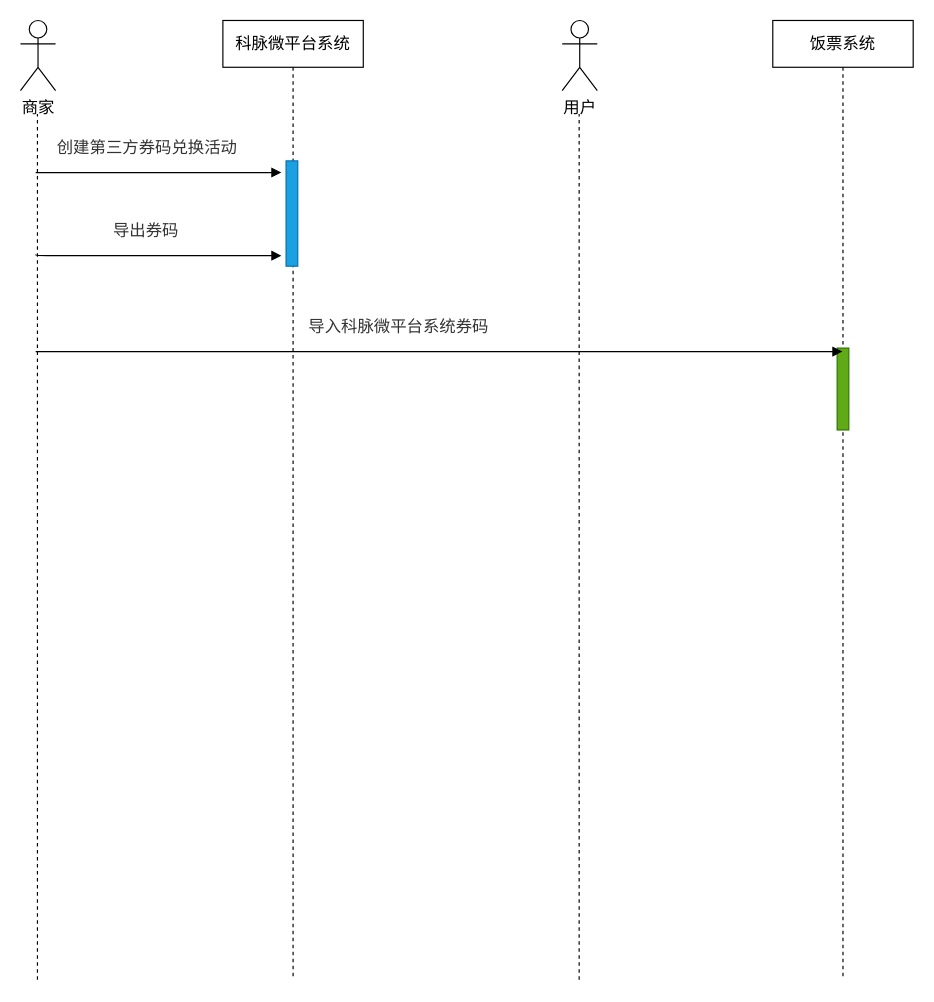
Above: Kemai/联通对接面点王卡券流程图.drawio in noobwu/diagrams (draw.io), before the change. Source tidied: cells renumbered, new cells numbered last; positions are measured from the earlier drawing's top-left corner, leaving out a move shared by most shapes. Both pictures are drawn from the tidied source at 117%, with x=0, y=0 at pixel (20, 20).
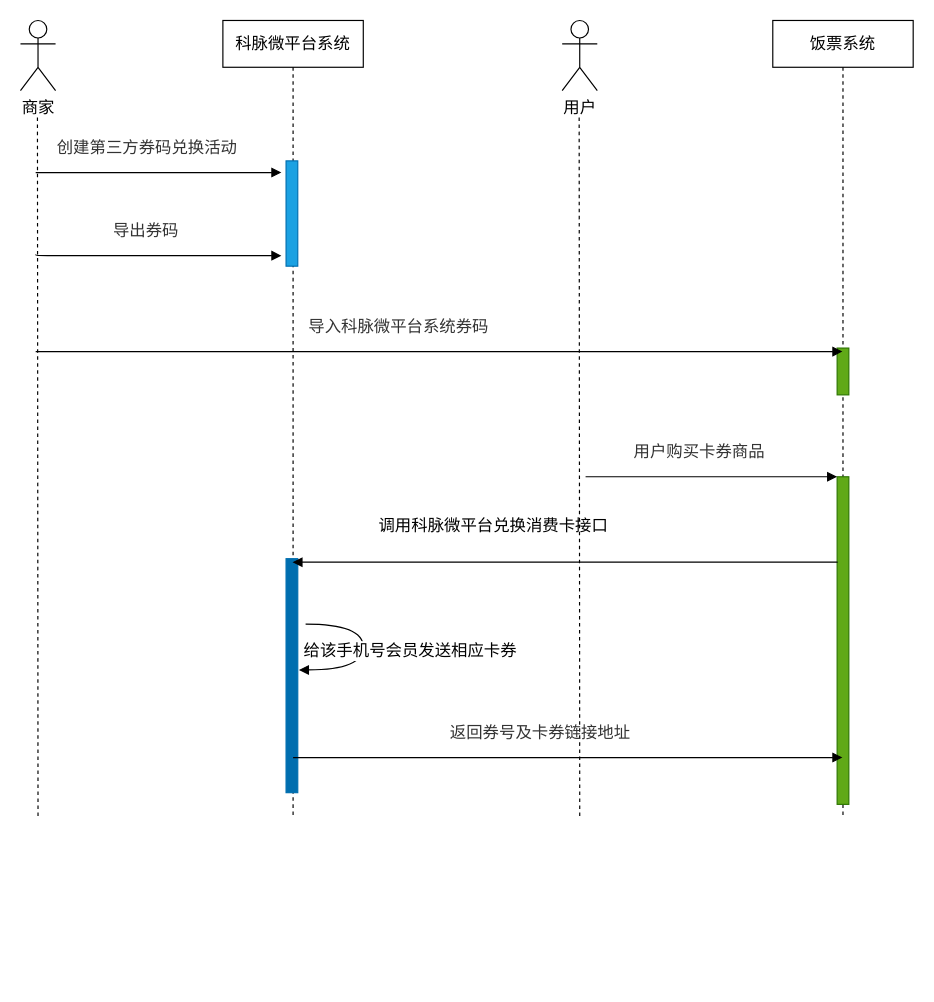
After the change.

Commit message:
更新联通对接面点王卡券流程图.drawio

Diff of the diagram source:
```diff
@@
     <mxCell id="3" value="饭票系统" style="shape=umlLifeline;perimeter=lifelinePerimeter;whiteSpace=wrap;html=1;outlineConnect=0;fontSize=14;" parent="1" vertex="1">
-      <mxGeometry x="643" width="120" height="820" as="geometry" />
+      <mxGeometry x="643" width="120" height="680" as="geometry" />
     </mxCell>
     <mxCell id="4" style="html=1;perimeter=orthogonalPerimeter;fillColor=#60a917;strokeColor=#2D7600;fontColor=#ffffff;" parent="3" vertex="1">
-      <mxGeometry x="55" y="280" width="10" height="70" as="geometry" />
+      <mxGeometry x="55" y="280" width="10" height="40" as="geometry" />
     </mxCell>
+    <mxCell id="13" style="html=1;points=[];perimeter=orthogonalPerimeter;fillColor=#60a917;strokeColor=#2D7600;fontColor=#ffffff;" parent="3" vertex="1">
+      <mxGeometry x="55" y="390" width="10" height="280" as="geometry" />
+    </mxCell>
     <mxCell id="5" value="&lt;font style=&quot;font-size: 14px&quot;&gt;科脉微平台系统&lt;/font&gt;" style="shape=umlLifeline;perimeter=lifelinePerimeter;whiteSpace=wrap;html=1;" parent="1" vertex="1">
-      <mxGeometry x="173" width="120" height="820" as="geometry" />
+      <mxGeometry x="173" width="120" height="680" as="geometry" />
     </mxCell>
@@
+    <mxCell id="14" style="html=1;perimeter=orthogonalPerimeter;rounded=0;shadow=0;comic=0;labelBackgroundColor=none;strokeColor=#006EAF;strokeWidth=1;fontFamily=Verdana;fontSize=12;fontColor=#ffffff;align=center;fillColor=#006EAF;" parent="5" vertex="1">
+      <mxGeometry x="54" y="460" width="10" height="200" as="geometry" />
+    </mxCell>
+    <mxCell id="15" value="&lt;span style=&quot;font-size: 14px&quot;&gt;给该手机号会员发送相应卡券&lt;/span&gt;" style="html=1;verticalAlign=bottom;endArrow=block;labelBackgroundColor=#ffffff;fontFamily=Verdana;fontSize=12;elbow=vertical;edgeStyle=orthogonalEdgeStyle;curved=1;exitX=1.066;exitY=0.713;exitPerimeter=0;" parent="5" edge="1">
+      <mxGeometry x="0.16" y="40" relative="1" as="geometry">
+        <mxPoint x="70.7" y="516" as="sourcePoint" />
+        <mxPoint x="65" y="555.1" as="targetPoint" />
+        <Array as="points">
+          <mxPoint x="120" y="516.1" />
+          <mxPoint x="120" y="555.1" />
+        </Array>
+      </mxGeometry>
+    </mxCell>
     <mxCell id="7" style="endArrow=none;dashed=1;html=1;" parent="1" edge="1">
       <mxGeometry relative="1" as="geometry">
-        <mxPoint x="14.5" y="820" as="sourcePoint" />
+        <mxPoint x="15" y="680" as="sourcePoint" />
         <mxPoint x="14.5" y="80" as="targetPoint" />
       </mxGeometry>
     </mxCell>
-    <mxCell id="8" value="&lt;div style=&quot;text-align: left&quot;&gt;&lt;span style=&quot;font-size: 14px&quot;&gt;&lt;font color=&quot;#333333&quot;&gt;导入科脉微平台系统券码&lt;/font&gt;&lt;/span&gt;&lt;/div&gt;" style="html=1;verticalAlign=bottom;endArrow=block;labelBackgroundColor=none;fontFamily=Verdana;fontSize=12;edgeStyle=elbowEdgeStyle;elbow=vertical;" parent="1" edge="1">
+    <mxCell id="8" value="&lt;div style=&quot;text-align: left; font-size: 14px;&quot;&gt;&lt;span style=&quot;font-size: 14px&quot;&gt;&lt;font color=&quot;#333333&quot; style=&quot;font-size: 14px;&quot;&gt;导入科脉微平台系统券码&lt;/font&gt;&lt;/span&gt;&lt;/div&gt;" style="html=1;verticalAlign=bottom;endArrow=block;labelBackgroundColor=none;fontFamily=Verdana;fontSize=14;edgeStyle=elbowEdgeStyle;elbow=vertical;" parent="1" edge="1">
       <mxGeometry x="-0.1" y="10" relative="1" as="geometry">
         <mxPoint x="13" y="283" as="sourcePoint" />
         <mxPoint x="702.5" y="283" as="targetPoint" />
       </mxGeometry>
     </mxCell>
-    <mxCell id="9" value="&lt;div style=&quot;text-align: left&quot;&gt;&lt;span style=&quot;font-size: 14px&quot;&gt;&lt;font color=&quot;#333333&quot;&gt;导出券码&lt;/font&gt;&lt;/span&gt;&lt;/div&gt;" style="html=1;verticalAlign=bottom;endArrow=block;labelBackgroundColor=none;fontFamily=Verdana;fontSize=12;edgeStyle=elbowEdgeStyle;elbow=vertical;" parent="1" edge="1">
+    <mxCell id="9" value="&lt;div style=&quot;text-align: left; font-size: 14px;&quot;&gt;&lt;span style=&quot;font-size: 14px&quot;&gt;&lt;font color=&quot;#333333&quot; style=&quot;font-size: 14px;&quot;&gt;导出券码&lt;/font&gt;&lt;/span&gt;&lt;/div&gt;" style="html=1;verticalAlign=bottom;endArrow=block;labelBackgroundColor=none;fontFamily=Verdana;fontSize=14;edgeStyle=elbowEdgeStyle;elbow=vertical;" parent="1" edge="1">
       <mxGeometry x="-0.1" y="10" relative="1" as="geometry">
         <mxPoint x="13" y="200" as="sourcePoint" />
         <mxPoint x="223" y="201" as="targetPoint" />
       </mxGeometry>
     </mxCell>
@@
     <mxCell id="12" style="endArrow=none;dashed=1;html=1;" parent="1" edge="1">
       <mxGeometry relative="1" as="geometry">
-        <mxPoint x="477.5" y="820" as="sourcePoint" />
+        <mxPoint x="478" y="680" as="sourcePoint" />
         <mxPoint x="477.5" y="80" as="targetPoint" />
       </mxGeometry>
     </mxCell>
+    <mxCell id="16" value="&lt;div style=&quot;text-align: left; font-size: 14px;&quot;&gt;&lt;font color=&quot;#333333&quot; style=&quot;font-size: 14px;&quot;&gt;&lt;span style=&quot;font-size: 14px&quot;&gt;用户购买卡券商品&lt;/span&gt;&lt;/font&gt;&lt;/div&gt;" style="html=1;verticalAlign=bottom;endArrow=block;labelBackgroundColor=none;fontFamily=Verdana;fontSize=14;edgeStyle=elbowEdgeStyle;elbow=vertical;" parent="1" edge="1" target="13">
+      <mxGeometry x="-0.1" y="10" relative="1" as="geometry">
+        <mxPoint x="483" y="390" as="sourcePoint" />
+      </mxGeometry>
+    </mxCell>
+    <mxCell id="17" value="&lt;div style=&quot;text-align: left; font-size: 14px;&quot;&gt;&lt;span style=&quot;font-size: 14px; font-family: 微软雅黑, sans-serif;&quot;&gt;调用科脉微平台兑换消费卡接口&lt;/span&gt;&lt;br style=&quot;font-size: 14px;&quot;&gt;&lt;/div&gt;" style="html=1;verticalAlign=bottom;endArrow=block;labelBackgroundColor=none;fontFamily=Verdana;fontSize=14;edgeStyle=elbowEdgeStyle;elbow=vertical;" parent="1" edge="1">
+      <mxGeometry x="0.47" y="-20" relative="1" as="geometry">
+        <mxPoint x="528" y="463" as="sourcePoint" />
+        <mxPoint x="232.5" y="463" as="targetPoint" />
+        <Array as="points">
+          <mxPoint x="703" y="463" />
+        </Array>
+      </mxGeometry>
+    </mxCell>
+    <mxCell id="18" value="&lt;div style=&quot;text-align: left ; font-size: 14px&quot;&gt;&lt;font color=&quot;#333333&quot;&gt;返回券号及卡券链接地址&lt;/font&gt;&lt;/div&gt;" style="html=1;verticalAlign=bottom;endArrow=block;labelBackgroundColor=none;fontFamily=Verdana;fontSize=14;edgeStyle=elbowEdgeStyle;elbow=vertical;" parent="1" edge="1" target="3">
+      <mxGeometry x="-0.1" y="10" relative="1" as="geometry">
+        <mxPoint x="233" y="630" as="sourcePoint" />
+      </mxGeometry>
+    </mxCell>
```
